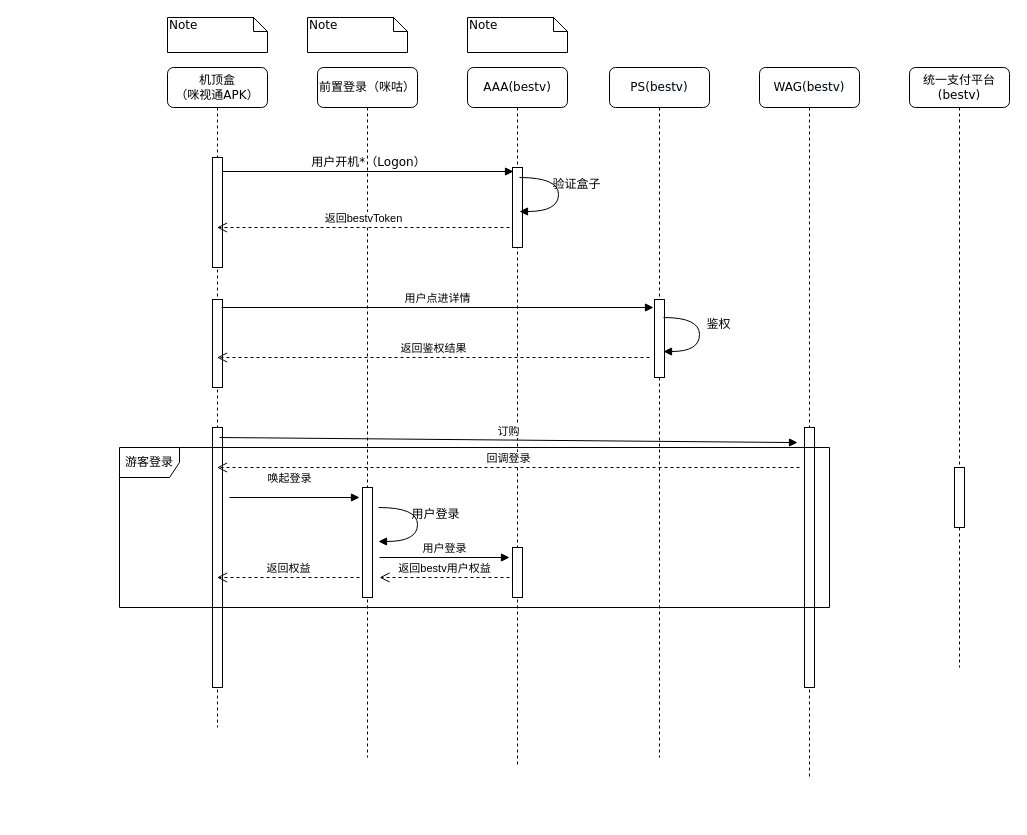
Earlier version of the draw.io diagram 咪视通公网时序图.drawio (WhoIsSmile/picture). Source tidied: cells renumbered, new cells numbered last; positions are measured from the earlier drawing's top-left corner, leaving out a move shared by most shapes. Both pictures are drawn from the tidied source at 100%, with x=0, y=0 at pixel (119, 17).
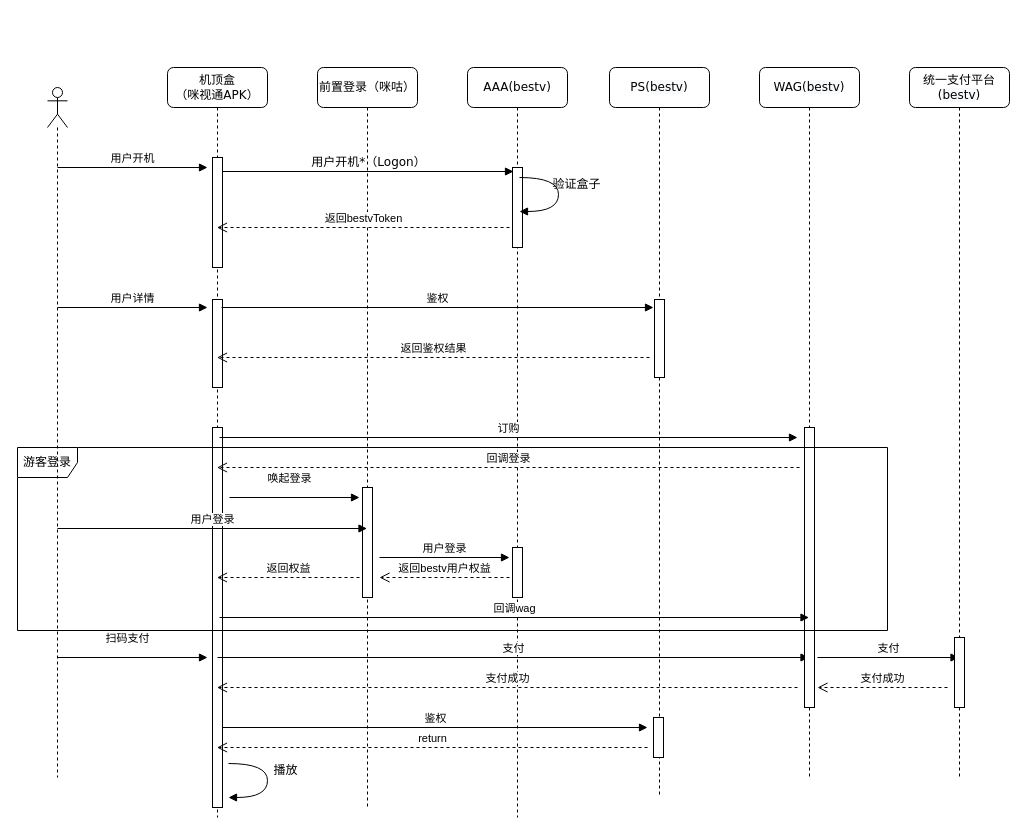
After the change.

Commit message:
Update 咪视通公网时序图.drawio

Unchanged cells that the change refers to:
```xml
<mxCell id="22" value="WAG(&lt;span style=&quot;display: inline ; float: none ; background-color: rgb(248 , 249 , 250) ; color: rgb(0 , 0 , 0) ; font-family: &amp;#34;verdana&amp;#34; ; font-size: 12px ; font-style: normal ; font-variant: normal ; font-weight: normal ; letter-spacing: normal ; line-height: 1.2 ; overflow-wrap: normal ; text-align: center ; text-decoration: none ; text-indent: 0px ; text-transform: none ; white-space: normal ; word-spacing: 0px&quot;&gt;bestv&lt;/span&gt;)" style="shape=umlLifeline;perimeter=lifelinePerimeter;whiteSpace=wrap;html=1;outlineConnect=0;rounded=1;shadow=0;comic=0;labelBackgroundColor=none;strokeWidth=1;fontFamily=Verdana;fontSize=12;align=center;" parent="1" vertex="1">
  <mxGeometry x="640" y="50" width="100" height="710" as="geometry" />
</mxCell>
```

Diff of the diagram source:
```diff
@@
     <mxCell id="3" value="前置登录（咪咕）" style="shape=umlLifeline;perimeter=lifelinePerimeter;whiteSpace=wrap;html=1;rounded=1;shadow=0;comic=0;labelBackgroundColor=none;strokeWidth=1;fontFamily=Verdana;fontSize=12;align=center;" parent="1" vertex="1">
-      <mxGeometry x="198" y="50" width="100" height="690" as="geometry" />
+      <mxGeometry x="198" y="50" width="100" height="740" as="geometry" />
     </mxCell>
@@
     <mxCell id="6" value="AAA(bestv)" style="shape=umlLifeline;perimeter=lifelinePerimeter;whiteSpace=wrap;html=1;rounded=1;shadow=0;comic=0;labelBackgroundColor=none;strokeWidth=1;fontFamily=Verdana;fontSize=12;align=center;" parent="1" vertex="1">
-      <mxGeometry x="348" y="50" width="100" height="700" as="geometry" />
+      <mxGeometry x="348" y="50" width="100" height="750" as="geometry" />
     </mxCell>
@@
     <mxCell id="9" value="机顶盒&lt;br&gt;（咪视通APK）" style="shape=umlLifeline;perimeter=lifelinePerimeter;whiteSpace=wrap;html=1;outlineConnect=0;rounded=1;shadow=0;comic=0;labelBackgroundColor=none;strokeWidth=1;fontFamily=Verdana;fontSize=12;align=center;" parent="1" vertex="1">
-      <mxGeometry x="48" y="50" width="100" height="660" as="geometry" />
+      <mxGeometry x="48" y="50" width="100" height="750" as="geometry" />
     </mxCell>
@@
-    <mxCell id="12" value="用户点进详情" style="html=1;verticalAlign=bottom;endArrow=block;" parent="9" edge="1">
+    <mxCell id="12" value="鉴权" style="html=1;verticalAlign=bottom;endArrow=block;" parent="9" edge="1">
       <mxGeometry relative="1" as="geometry">
         <mxPoint x="54" y="240" as="sourcePoint" />
         <mxPoint x="486" y="240" as="targetPoint" />
       </mxGeometry>
     </mxCell>
     <mxCell id="13" style="html=1;perimeter=orthogonalPerimeter;" parent="9" vertex="1">
-      <mxGeometry x="45" y="360" width="10" height="260" as="geometry" />
+      <mxGeometry x="45" y="360" width="10" height="380" as="geometry" />
     </mxCell>
-    <mxCell id="14" value="订购" style="html=1;verticalAlign=bottom;endArrow=block;entryX=-0.7;entryY=0.058;entryDx=0;entryDy=0;entryPerimeter=0;" parent="9" edge="1" target="23">
+    <mxCell id="14" value="订购" style="html=1;verticalAlign=bottom;endArrow=block;" parent="9" edge="1">
       <mxGeometry relative="1" as="geometry">
         <mxPoint x="52" y="370" as="sourcePoint" />
+        <mxPoint x="630" y="370" as="targetPoint" />
       </mxGeometry>
     </mxCell>
@@
+    <mxCell id="35" value="支付" style="html=1;verticalAlign=bottom;endArrow=block;" parent="9" edge="1" target="22">
+      <mxGeometry relative="1" as="geometry">
+        <mxPoint x="50" y="590" as="sourcePoint" />
+      </mxGeometry>
+    </mxCell>
@@
-    <mxCell id="17" value="Note" style="shape=note;whiteSpace=wrap;html=1;size=14;verticalAlign=top;align=left;spacingTop=-6;rounded=0;shadow=0;comic=0;labelBackgroundColor=none;strokeWidth=1;fontFamily=Verdana;fontSize=12;" parent="1" vertex="1">
-      <mxGeometry x="48" width="100" height="35" as="geometry" />
-    </mxCell>
-    <mxCell id="18" value="Note" style="shape=note;whiteSpace=wrap;html=1;size=14;verticalAlign=top;align=left;spacingTop=-6;rounded=0;shadow=0;comic=0;labelBackgroundColor=none;strokeWidth=1;fontFamily=Verdana;fontSize=12;" parent="1" vertex="1">
-      <mxGeometry x="188" width="100" height="35" as="geometry" />
-    </mxCell>
-    <mxCell id="19" value="Note" style="shape=note;whiteSpace=wrap;html=1;size=14;verticalAlign=top;align=left;spacingTop=-6;rounded=0;shadow=0;comic=0;labelBackgroundColor=none;strokeWidth=1;fontFamily=Verdana;fontSize=12;" parent="1" vertex="1">
-      <mxGeometry x="348" width="100" height="35" as="geometry" />
-    </mxCell>
     <mxCell id="20" value="PS(&lt;span style=&quot;display: inline ; float: none ; background-color: rgb(248 , 249 , 250) ; color: rgb(0 , 0 , 0) ; font-family: &amp;#34;verdana&amp;#34; ; font-size: 12px ; font-style: normal ; font-variant: normal ; font-weight: normal ; letter-spacing: normal ; line-height: 1.2 ; overflow-wrap: normal ; text-align: center ; text-decoration: none ; text-indent: 0px ; text-transform: none ; white-space: normal ; word-spacing: 0px&quot;&gt;bestv&lt;/span&gt;)" style="shape=umlLifeline;perimeter=lifelinePerimeter;whiteSpace=wrap;html=1;rounded=1;shadow=0;comic=0;labelBackgroundColor=none;strokeWidth=1;fontFamily=Verdana;fontSize=12;align=center;" parent="1" vertex="1">
-      <mxGeometry x="490" y="50" width="100" height="690" as="geometry" />
+      <mxGeometry x="490" y="50" width="100" height="730" as="geometry" />
     </mxCell>
@@
+    <mxCell id="36" style="html=1;perimeter=orthogonalPerimeter;" parent="20" vertex="1">
+      <mxGeometry x="44" y="650" width="10" height="40" as="geometry" />
+    </mxCell>
@@
     <mxCell id="23" style="html=1;points=[];perimeter=orthogonalPerimeter;" parent="22" vertex="1">
-      <mxGeometry x="45" y="360" width="10" height="260" as="geometry" />
+      <mxGeometry x="45" y="360" width="10" height="280" as="geometry" />
     </mxCell>
+    <mxCell id="37" value="支付" style="html=1;verticalAlign=bottom;endArrow=block;" parent="22" edge="1" target="24">
+      <mxGeometry relative="1" as="geometry">
+        <mxPoint x="58" y="590" as="sourcePoint" />
+      </mxGeometry>
+    </mxCell>
     <mxCell id="24" value="统一支付平台&lt;br&gt;(&lt;span style=&quot;display: inline ; float: none ; background-color: rgb(248 , 249 , 250) ; color: rgb(0 , 0 , 0) ; font-family: &amp;#34;verdana&amp;#34; ; font-size: 12px ; font-style: normal ; font-variant: normal ; font-weight: normal ; letter-spacing: normal ; line-height: 1.2 ; overflow-wrap: normal ; text-align: center ; text-decoration: none ; text-indent: 0px ; text-transform: none ; white-space: normal ; word-spacing: 0px&quot;&gt;bestv&lt;/span&gt;)" style="shape=umlLifeline;perimeter=lifelinePerimeter;whiteSpace=wrap;html=1;outlineConnect=0;rounded=1;shadow=0;comic=0;labelBackgroundColor=none;strokeWidth=1;fontFamily=Verdana;fontSize=12;align=center;" parent="1" vertex="1">
-      <mxGeometry x="790" y="50" width="100" height="600" as="geometry" />
+      <mxGeometry x="790" y="50" width="100" height="710" as="geometry" />
     </mxCell>
     <mxCell id="25" style="html=1;perimeter=orthogonalPerimeter;rounded=0;shadow=0;comic=0;labelBackgroundColor=none;strokeWidth=1;fontFamily=Verdana;fontSize=12;align=center;" parent="24" vertex="1">
-      <mxGeometry x="45" y="400" width="10" height="60" as="geometry" />
+      <mxGeometry x="45" y="570" width="10" height="70" as="geometry" />
     </mxCell>
@@
-    <mxCell id="27" value="用户登录" style="html=1;verticalAlign=bottom;endArrow=block;labelBackgroundColor=none;fontFamily=Verdana;fontSize=12;elbow=vertical;edgeStyle=orthogonalEdgeStyle;curved=1;" parent="1" edge="1">
-      <mxGeometry x="0.34" y="-27" relative="1" as="geometry">
-        <mxPoint x="259" y="490" as="sourcePoint" />
-        <mxPoint x="259" y="524" as="targetPoint" />
-        <Array as="points">
-          <mxPoint x="298" y="490" />
-          <mxPoint x="298" y="524" />
-        </Array>
-        <mxPoint x="20" y="9" as="offset" />
-      </mxGeometry>
-    </mxCell>
@@
-    <mxCell id="31" value="鉴权" style="html=1;verticalAlign=bottom;endArrow=block;labelBackgroundColor=none;fontFamily=Verdana;fontSize=12;elbow=vertical;edgeStyle=orthogonalEdgeStyle;curved=1;" parent="1" edge="1">
-      <mxGeometry x="0.34" y="-27" relative="1" as="geometry">
-        <mxPoint x="544" y="300" as="sourcePoint" />
-        <mxPoint x="544" y="334" as="targetPoint" />
-        <Array as="points">
-          <mxPoint x="580" y="300" />
-          <mxPoint x="580" y="334" />
-        </Array>
-        <mxPoint x="20" y="9" as="offset" />
-      </mxGeometry>
-    </mxCell>
@@
     <mxCell id="34" value="游客登录" style="shape=umlFrame;whiteSpace=wrap;html=1;" parent="1" vertex="1">
-      <mxGeometry y="430" width="710" height="160" as="geometry" />
+      <mxGeometry x="-102" y="430" width="870" height="183" as="geometry" />
     </mxCell>
+    <mxCell id="38" value="回调wag" style="html=1;verticalAlign=bottom;endArrow=block;" parent="1" edge="1" target="22">
+      <mxGeometry relative="1" as="geometry">
+        <mxPoint x="100" y="600" as="sourcePoint" />
+      </mxGeometry>
+    </mxCell>
+    <mxCell id="39" style="shape=umlLifeline;participant=umlActor;perimeter=lifelinePerimeter;whiteSpace=wrap;html=1;verticalAlign=top;spacingTop=36;labelBackgroundColor=#ffffff;" parent="1" vertex="1">
+      <mxGeometry x="-72" y="70" width="20" height="690" as="geometry" />
+    </mxCell>
+    <mxCell id="27" value="用户登录" style="html=1;verticalAlign=bottom;endArrow=block;" parent="39" edge="1">
+      <mxGeometry relative="1" as="geometry">
+        <mxPoint x="10" y="441" as="sourcePoint" />
+        <mxPoint x="319.5" y="441" as="targetPoint" />
+      </mxGeometry>
+    </mxCell>
+    <mxCell id="40" value="用户开机" style="html=1;verticalAlign=bottom;endArrow=block;" parent="39" edge="1">
+      <mxGeometry relative="1" as="geometry">
+        <mxPoint x="10" y="80" as="sourcePoint" />
+        <mxPoint x="160" y="80" as="targetPoint" />
+      </mxGeometry>
+    </mxCell>
+    <mxCell id="41" value="用户详情" style="html=1;verticalAlign=bottom;endArrow=block;" parent="39" edge="1">
+      <mxGeometry relative="1" as="geometry">
+        <mxPoint x="10" y="220" as="sourcePoint" />
+        <mxPoint x="160" y="220" as="targetPoint" />
+      </mxGeometry>
+    </mxCell>
+    <mxCell id="42" value="扫码支付" style="html=1;verticalAlign=bottom;endArrow=block;" parent="39" edge="1">
+      <mxGeometry x="-0.07" y="10" relative="1" as="geometry">
+        <mxPoint x="10" y="570" as="sourcePoint" />
+        <mxPoint x="160" y="570" as="targetPoint" />
+      </mxGeometry>
+    </mxCell>
+    <mxCell id="43" value="支付成功" style="html=1;verticalAlign=bottom;endArrow=open;dashed=1;endSize=8;" parent="1" edge="1">
+      <mxGeometry relative="1" as="geometry">
+        <mxPoint x="828" y="670" as="sourcePoint" />
+        <mxPoint x="698" y="670" as="targetPoint" />
+      </mxGeometry>
+    </mxCell>
+    <mxCell id="44" value="支付成功" style="html=1;verticalAlign=bottom;endArrow=open;dashed=1;endSize=8;" parent="1" edge="1" target="9">
+      <mxGeometry relative="1" as="geometry">
+        <mxPoint x="678" y="670" as="sourcePoint" />
+      </mxGeometry>
+    </mxCell>
+    <mxCell id="31" value="鉴权" style="html=1;verticalAlign=bottom;endArrow=block;" parent="1" edge="1">
+      <mxGeometry relative="1" as="geometry">
+        <mxPoint x="103" y="710" as="sourcePoint" />
+        <mxPoint x="528" y="710" as="targetPoint" />
+      </mxGeometry>
+    </mxCell>
+    <mxCell id="45" value="return" style="html=1;verticalAlign=bottom;endArrow=open;dashed=1;endSize=8;" parent="1" edge="1" target="9">
+      <mxGeometry relative="1" as="geometry">
+        <mxPoint x="528" y="730" as="sourcePoint" />
+      </mxGeometry>
+    </mxCell>
+    <mxCell id="46" value="播放" style="html=1;verticalAlign=bottom;endArrow=block;labelBackgroundColor=none;fontFamily=Verdana;fontSize=12;elbow=vertical;edgeStyle=orthogonalEdgeStyle;curved=1;" parent="1" edge="1">
+      <mxGeometry x="0.34" y="-27" relative="1" as="geometry">
+        <mxPoint x="109" y="746" as="sourcePoint" />
+        <mxPoint x="109" y="780" as="targetPoint" />
+        <Array as="points">
+          <mxPoint x="148" y="746" />
+          <mxPoint x="148" y="780" />
+        </Array>
+        <mxPoint x="20" y="9" as="offset" />
+      </mxGeometry>
+    </mxCell>
```
